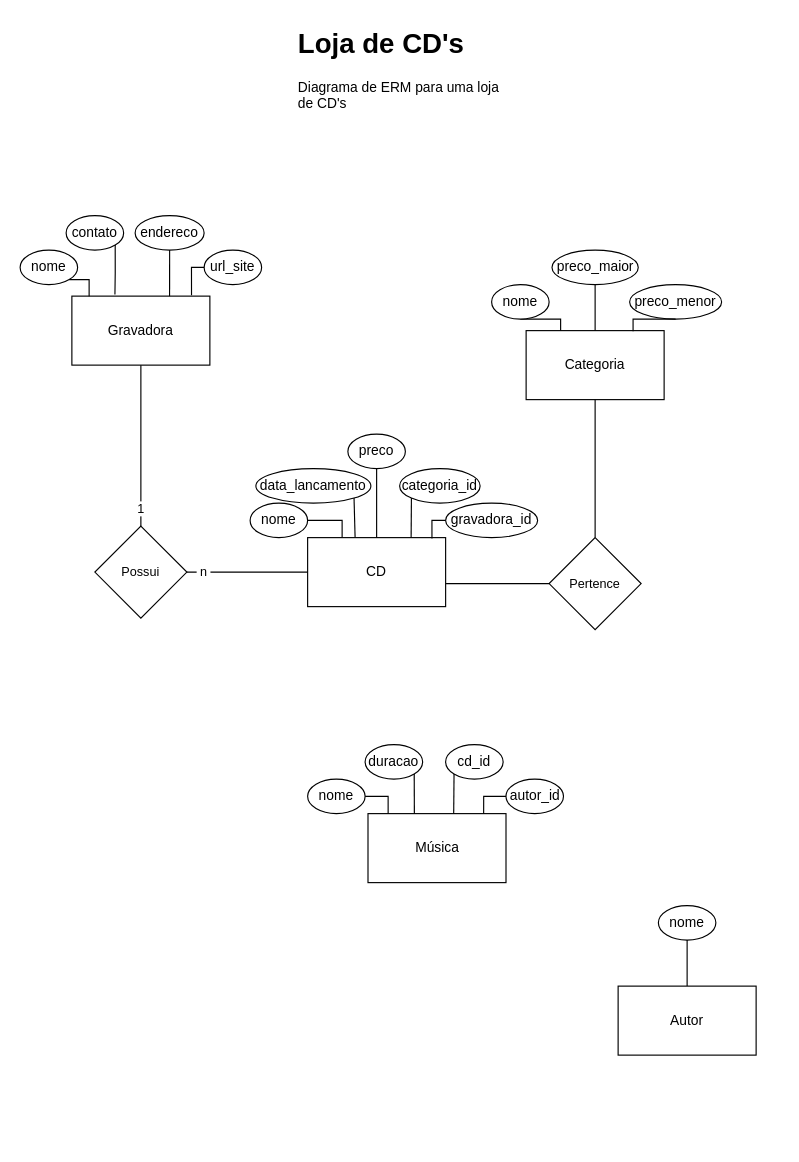
ELISASANTANA/College-Stuff keeps this draw.io diagram as BD_I/cds_store.drawio. Above is the earlier version. Source tidied: cells renumbered, new cells numbered last; positions are measured from the earlier drawing's top-left corner, leaving out a move shared by most shapes. Both pictures are drawn from the tidied source at 115%, with x=0, y=0 at pixel (20, 20).
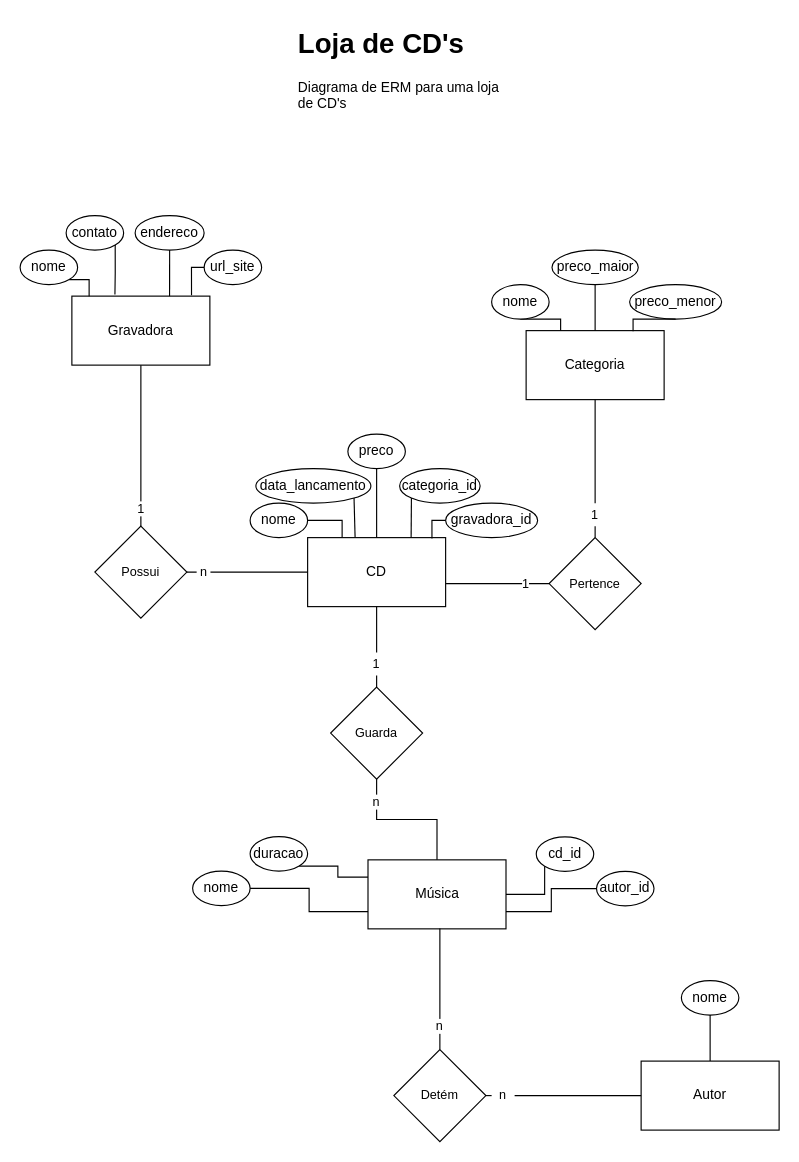
The same page after the edit.

The change refers to these unchanged cells:
```xml
<mxCell id="4" value="CD" style="rounded=0;whiteSpace=wrap;html=1;" parent="1" vertex="1">
  <mxGeometry x="250" y="450" width="120" height="60" as="geometry" />
</mxCell>
<mxCell id="7" value="Categoria" style="rounded=0;whiteSpace=wrap;html=1;" parent="1" vertex="1">
  <mxGeometry x="440" y="270" width="120" height="60" as="geometry" />
</mxCell>
<mxCell id="48" value="Pertence" style="rhombus;whiteSpace=wrap;html=1;fontFamily=Helvetica;fontSize=11;fontColor=default;labelBackgroundColor=default;" parent="1" vertex="1">
  <mxGeometry x="460" y="450" width="80" height="80" as="geometry" />
</mxCell>
```

Change to the diagram source:
```diff
@@
     <mxCell id="5" value="Música" style="rounded=0;whiteSpace=wrap;html=1;" parent="1" vertex="1">
-      <mxGeometry x="302.5" y="690" width="120" height="60" as="geometry" />
+      <mxGeometry x="302.5" y="730.2" width="120" height="60" as="geometry" />
     </mxCell>
     <mxCell id="6" value="Autor" style="rounded=0;whiteSpace=wrap;html=1;" parent="1" vertex="1">
-      <mxGeometry x="520" y="840" width="120" height="60" as="geometry" />
+      <mxGeometry x="540" y="905.2" width="120" height="60" as="geometry" />
     </mxCell>
@@
     <mxCell id="32" value="nome" style="ellipse;whiteSpace=wrap;html=1;" parent="1" vertex="1">
-      <mxGeometry x="250" y="660" width="50" height="30" as="geometry" />
+      <mxGeometry x="150" y="740" width="50" height="30" as="geometry" />
     </mxCell>
     <mxCell id="33" value="duracao" style="ellipse;whiteSpace=wrap;html=1;" parent="1" vertex="1">
-      <mxGeometry x="300" y="630" width="50" height="30" as="geometry" />
+      <mxGeometry x="200" y="710" width="50" height="30" as="geometry" />
     </mxCell>
     <mxCell id="34" value="cd_id" style="ellipse;whiteSpace=wrap;html=1;" parent="1" vertex="1">
-      <mxGeometry x="370" y="630" width="50" height="30" as="geometry" />
+      <mxGeometry x="448.8" y="710.2" width="50" height="30" as="geometry" />
     </mxCell>
     <mxCell id="35" value="autor_id" style="ellipse;whiteSpace=wrap;html=1;" parent="1" vertex="1">
-      <mxGeometry x="422.5" y="660" width="50" height="30" as="geometry" />
+      <mxGeometry x="501.2" y="740.2" width="50" height="30" as="geometry" />
     </mxCell>
-    <mxCell id="36" style="edgeStyle=orthogonalEdgeStyle;rounded=0;jettySize=auto;html=1;exitX=1;exitY=0.5;exitDx=0;exitDy=0;entryX=0.146;entryY=0;entryDx=0;entryDy=0;entryPerimeter=0;strokeColor=default;align=center;verticalAlign=middle;fontFamily=Helvetica;fontSize=11;fontColor=default;labelBackgroundColor=default;endArrow=none;endFill=0;" parent="1" edge="1" source="32" target="5">
+    <mxCell id="36" style="edgeStyle=orthogonalEdgeStyle;rounded=0;jettySize=auto;html=1;exitX=1;exitY=0.5;exitDx=0;exitDy=0;strokeColor=default;align=center;verticalAlign=middle;fontFamily=Helvetica;fontSize=11;fontColor=default;labelBackgroundColor=default;endArrow=none;endFill=0;entryX=0;entryY=0.75;entryDx=0;entryDy=0;" parent="1" edge="1" source="32" target="5">
       <mxGeometry relative="1" as="geometry" />
     </mxCell>
-    <mxCell id="37" style="edgeStyle=orthogonalEdgeStyle;rounded=0;jettySize=auto;html=1;exitX=1;exitY=1;exitDx=0;exitDy=0;entryX=0.336;entryY=0.003;entryDx=0;entryDy=0;entryPerimeter=0;strokeColor=default;align=center;verticalAlign=middle;fontFamily=Helvetica;fontSize=11;fontColor=default;labelBackgroundColor=default;endArrow=none;endFill=0;" parent="1" edge="1" source="33" target="5">
+    <mxCell id="37" style="edgeStyle=orthogonalEdgeStyle;rounded=0;jettySize=auto;html=1;exitX=1;exitY=1;exitDx=0;exitDy=0;strokeColor=default;align=center;verticalAlign=middle;fontFamily=Helvetica;fontSize=11;fontColor=default;labelBackgroundColor=default;endArrow=none;endFill=0;entryX=0;entryY=0.25;entryDx=0;entryDy=0;" parent="1" edge="1" source="33" target="5">
       <mxGeometry relative="1" as="geometry" />
     </mxCell>
-    <mxCell id="38" style="edgeStyle=orthogonalEdgeStyle;rounded=0;jettySize=auto;html=1;exitX=0;exitY=1;exitDx=0;exitDy=0;entryX=0.621;entryY=0;entryDx=0;entryDy=0;entryPerimeter=0;strokeColor=default;align=center;verticalAlign=middle;fontFamily=Helvetica;fontSize=11;fontColor=default;labelBackgroundColor=default;endArrow=none;endFill=0;" parent="1" edge="1" source="34" target="5">
-      <mxGeometry relative="1" as="geometry" />
+    <mxCell id="38" style="edgeStyle=orthogonalEdgeStyle;rounded=0;jettySize=auto;html=1;exitX=0;exitY=1;exitDx=0;exitDy=0;entryX=1;entryY=0.5;entryDx=0;entryDy=0;strokeColor=default;align=center;verticalAlign=middle;fontFamily=Helvetica;fontSize=11;fontColor=default;labelBackgroundColor=default;endArrow=none;endFill=0;" parent="1" edge="1" source="34" target="5">
+      <mxGeometry relative="1" as="geometry">
+        <Array as="points">
+          <mxPoint x="456" y="760.2" />
+        </Array>
+      </mxGeometry>
     </mxCell>
-    <mxCell id="39" style="edgeStyle=orthogonalEdgeStyle;rounded=0;jettySize=auto;html=1;exitX=0;exitY=0.5;exitDx=0;exitDy=0;entryX=0.838;entryY=0.003;entryDx=0;entryDy=0;entryPerimeter=0;strokeColor=default;align=center;verticalAlign=middle;fontFamily=Helvetica;fontSize=11;fontColor=default;labelBackgroundColor=default;endArrow=none;endFill=0;" parent="1" edge="1" source="35" target="5">
+    <mxCell id="39" style="edgeStyle=orthogonalEdgeStyle;rounded=0;jettySize=auto;html=1;exitX=0;exitY=0.5;exitDx=0;exitDy=0;strokeColor=default;align=center;verticalAlign=middle;fontFamily=Helvetica;fontSize=11;fontColor=default;labelBackgroundColor=default;endArrow=none;endFill=0;entryX=1;entryY=0.75;entryDx=0;entryDy=0;" parent="1" edge="1" source="35" target="5">
       <mxGeometry relative="1" as="geometry" />
     </mxCell>
@@
     <mxCell id="41" value="nome" style="ellipse;whiteSpace=wrap;html=1;" parent="1" vertex="1">
-      <mxGeometry x="555" y="770" width="50" height="30" as="geometry" />
+      <mxGeometry x="575" y="835.2" width="50" height="30" as="geometry" />
     </mxCell>
@@
-    <mxCell id="47" style="edgeStyle=orthogonalEdgeStyle;rounded=0;jettySize=auto;html=1;exitX=0.5;exitY=0;exitDx=0;exitDy=0;entryX=0.5;entryY=1;entryDx=0;entryDy=0;strokeColor=default;align=center;verticalAlign=middle;fontFamily=Helvetica;fontSize=11;fontColor=default;labelBackgroundColor=default;endArrow=none;endFill=0;" parent="1" edge="1" source="48" target="7">
+    <mxCell id="47" style="edgeStyle=orthogonalEdgeStyle;rounded=0;jettySize=auto;html=1;exitX=0.5;exitY=0;exitDx=0;exitDy=0;entryX=0.5;entryY=1;entryDx=0;entryDy=0;strokeColor=default;align=center;verticalAlign=middle;fontFamily=Helvetica;fontSize=11;fontColor=default;labelBackgroundColor=default;endArrow=none;endFill=0;" parent="1" edge="1" source="52" target="7">
       <mxGeometry relative="1" as="geometry" />
     </mxCell>
@@
+    <mxCell id="50" value="1" style="text;html=1;align=center;verticalAlign=middle;whiteSpace=wrap;rounded=0;fontFamily=Helvetica;fontSize=11;fontColor=default;labelBackgroundColor=default;" parent="1" vertex="1">
+      <mxGeometry x="410" y="475" width="60" height="30" as="geometry" />
+    </mxCell>
+    <mxCell id="51" style="edgeStyle=orthogonalEdgeStyle;rounded=0;jettySize=auto;html=1;exitX=0.5;exitY=0;exitDx=0;exitDy=0;entryX=0.5;entryY=1;entryDx=0;entryDy=0;strokeColor=default;align=center;verticalAlign=middle;fontFamily=Helvetica;fontSize=11;fontColor=default;labelBackgroundColor=default;endArrow=none;endFill=0;" parent="1" edge="1" source="48" target="52">
+      <mxGeometry relative="1" as="geometry" />
+    </mxCell>
+    <mxCell id="52" value="1" style="text;html=1;align=center;verticalAlign=middle;whiteSpace=wrap;rounded=0;fontFamily=Helvetica;fontSize=11;fontColor=default;labelBackgroundColor=default;" parent="1" vertex="1">
+      <mxGeometry x="475" y="420" width="50" height="20" as="geometry" />
+    </mxCell>
+    <mxCell id="53" style="edgeStyle=orthogonalEdgeStyle;rounded=0;jettySize=auto;html=1;exitX=0.5;exitY=1;exitDx=0;exitDy=0;entryX=0.5;entryY=0;entryDx=0;entryDy=0;strokeColor=default;align=center;verticalAlign=middle;fontFamily=Helvetica;fontSize=11;fontColor=default;labelBackgroundColor=default;endArrow=none;endFill=0;" parent="1" edge="1" source="55" target="5">
+      <mxGeometry relative="1" as="geometry" />
+    </mxCell>
+    <mxCell id="54" style="edgeStyle=orthogonalEdgeStyle;rounded=0;jettySize=auto;html=1;exitX=0.5;exitY=0;exitDx=0;exitDy=0;entryX=0.5;entryY=1;entryDx=0;entryDy=0;strokeColor=default;align=center;verticalAlign=middle;fontFamily=Helvetica;fontSize=11;fontColor=default;labelBackgroundColor=default;endArrow=none;endFill=0;" parent="1" edge="1" source="59" target="4">
+      <mxGeometry relative="1" as="geometry" />
+    </mxCell>
+    <mxCell id="55" value="Guarda" style="rhombus;whiteSpace=wrap;html=1;fontFamily=Helvetica;fontSize=11;fontColor=default;labelBackgroundColor=default;" parent="1" vertex="1">
+      <mxGeometry x="270" y="580" width="80" height="80" as="geometry" />
+    </mxCell>
+    <mxCell id="56" style="edgeStyle=orthogonalEdgeStyle;rounded=0;jettySize=auto;html=1;exitX=1;exitY=0.5;exitDx=0;exitDy=0;entryX=0;entryY=0.5;entryDx=0;entryDy=0;strokeColor=default;align=center;verticalAlign=middle;fontFamily=Helvetica;fontSize=11;fontColor=default;labelBackgroundColor=default;endArrow=none;endFill=0;" parent="1" edge="1" source="64" target="6">
+      <mxGeometry relative="1" as="geometry" />
+    </mxCell>
+    <mxCell id="57" value="Detém" style="rhombus;whiteSpace=wrap;html=1;fontFamily=Helvetica;fontSize=11;fontColor=default;labelBackgroundColor=default;" parent="1" vertex="1">
+      <mxGeometry x="325" y="895.2" width="80" height="80" as="geometry" />
+    </mxCell>
+    <mxCell id="58" style="edgeStyle=orthogonalEdgeStyle;rounded=0;jettySize=auto;html=1;exitX=0.5;exitY=0;exitDx=0;exitDy=0;entryX=0.5;entryY=1;entryDx=0;entryDy=0;strokeColor=default;align=center;verticalAlign=middle;fontFamily=Helvetica;fontSize=11;fontColor=default;labelBackgroundColor=default;endArrow=none;endFill=0;" parent="1" edge="1" source="55" target="59">
+      <mxGeometry relative="1" as="geometry" />
+    </mxCell>
+    <mxCell id="59" value="1" style="text;html=1;align=center;verticalAlign=middle;whiteSpace=wrap;rounded=0;fontFamily=Helvetica;fontSize=11;fontColor=default;labelBackgroundColor=default;" parent="1" vertex="1">
+      <mxGeometry x="285" y="550" width="50" height="20" as="geometry" />
+    </mxCell>
+    <mxCell id="60" value="n" style="text;html=1;align=center;verticalAlign=middle;whiteSpace=wrap;rounded=0;fontFamily=Helvetica;fontSize=11;fontColor=default;labelBackgroundColor=default;" parent="1" vertex="1">
+      <mxGeometry x="285" y="670" width="50" height="20" as="geometry" />
+    </mxCell>
+    <mxCell id="61" style="edgeStyle=orthogonalEdgeStyle;rounded=0;jettySize=auto;html=1;exitX=0.5;exitY=0;exitDx=0;exitDy=0;strokeColor=default;align=center;verticalAlign=middle;fontFamily=Helvetica;fontSize=11;fontColor=default;labelBackgroundColor=default;endArrow=none;endFill=0;" parent="1" edge="1" source="57">
+      <mxGeometry relative="1" as="geometry">
+        <mxPoint x="365" y="790" as="targetPoint" />
+      </mxGeometry>
+    </mxCell>
+    <mxCell id="62" value="n" style="text;html=1;align=center;verticalAlign=middle;whiteSpace=wrap;rounded=0;fontFamily=Helvetica;fontSize=11;fontColor=default;labelBackgroundColor=default;" parent="1" vertex="1">
+      <mxGeometry x="340" y="865.2" width="50" height="20" as="geometry" />
+    </mxCell>
+    <mxCell id="63" style="edgeStyle=orthogonalEdgeStyle;rounded=0;jettySize=auto;html=1;exitX=1;exitY=0.5;exitDx=0;exitDy=0;entryX=0;entryY=0.5;entryDx=0;entryDy=0;strokeColor=default;align=center;verticalAlign=middle;fontFamily=Helvetica;fontSize=11;fontColor=default;labelBackgroundColor=default;endArrow=none;endFill=0;" parent="1" edge="1" source="57" target="64">
+      <mxGeometry relative="1" as="geometry" />
+    </mxCell>
+    <mxCell id="64" value="n" style="text;html=1;align=center;verticalAlign=middle;whiteSpace=wrap;rounded=0;fontFamily=Helvetica;fontSize=11;fontColor=default;labelBackgroundColor=default;" parent="1" vertex="1">
+      <mxGeometry x="410" y="925.2" width="20" height="20" as="geometry" />
+    </mxCell>
```
